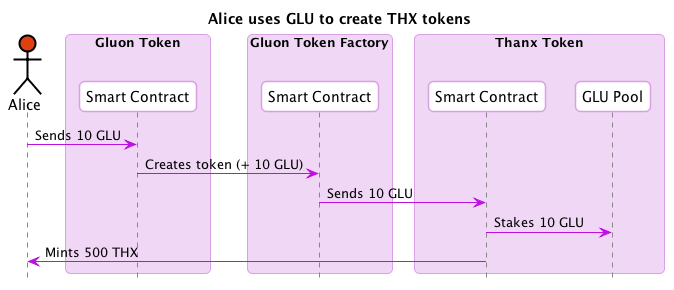
Before: flows/a-glu-create-thx-a.png, a diagram exported from PlantUML (gluon-project/gluon-specs).
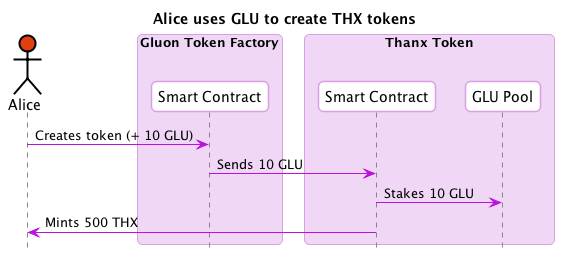
The same diagram one commit later.

The edit, as a diff of the source:
```diff
@@ -28,9 +28,6 @@
 hide footbox
 title Alice uses GLU to create THX tokens
 actor Alice #E03F10
-box "Gluon Token"
-  participant "Smart Contract" as GluonSC
-end box
 box "Gluon Token Factory"
   participant "Smart Contract" as GluonFactorySC
 end box
@@ -39,8 +36,7 @@
   participant "GLU Pool" as THXGLUPool
 end box
 
-Alice -> GluonSC : Sends 10 GLU
-GluonSC -> GluonFactorySC : Creates token (+ 10 GLU)
+Alice -> GluonFactorySC : Creates token (+ 10 GLU)
 GluonFactorySC -> ThanxSC : Sends 10 GLU
 
 ThanxSC -> THXGLUPool : Stakes 10 GLU
```
